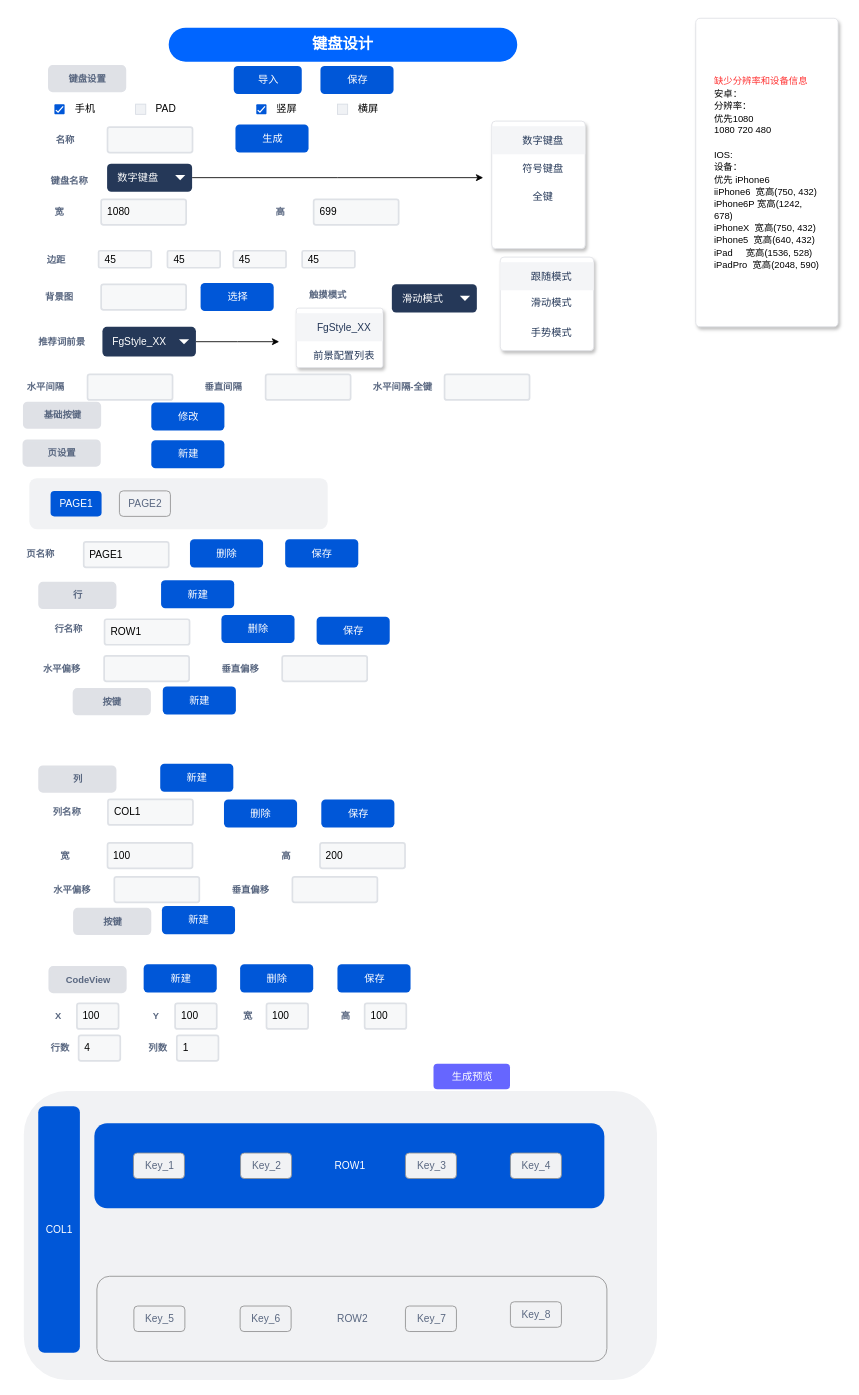
This is layout-editor/键盘设置.drawio from chonglv/charts, a draw.io file, before an edit. Source tidied: cells renumbered, new cells numbered last; positions are measured from the earlier drawing's top-left corner, leaving out a move shared by most shapes. Both pictures are drawn from the tidied source at 85%, with x=0, y=0 at pixel (14, 18).
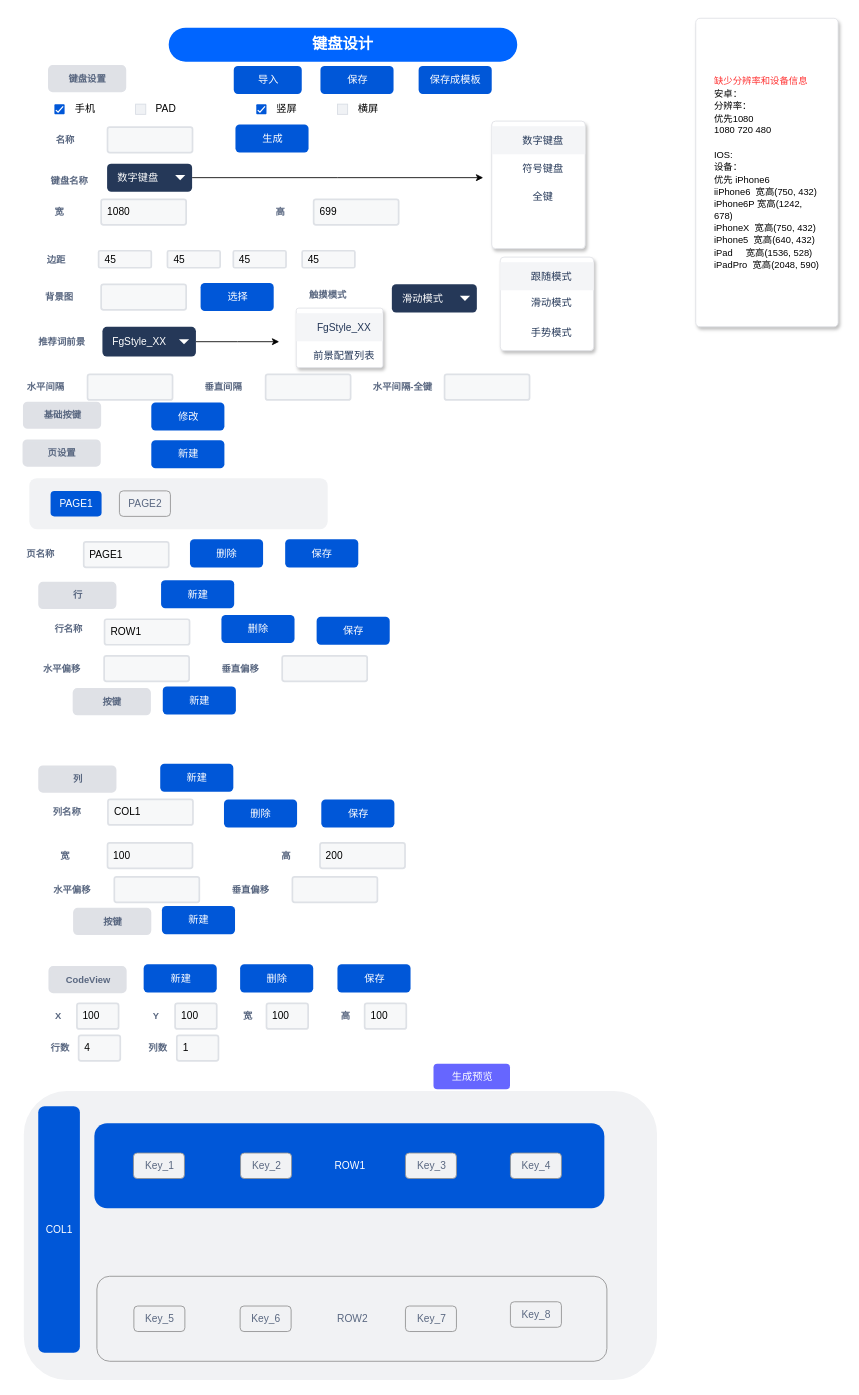
The same diagram, later.

Commit message:
更新键盘设置.drawio

The edit, as a diff of the source:
```diff
@@
+    <mxCell id="122" value="保存成模板" style="rounded=1;fillColor=#0057D8;align=center;strokeColor=none;html=1;fontColor=#ffffff;fontSize=12;" parent="1" vertex="1">
+      <mxGeometry x="476" y="56" width="86" height="33" as="geometry" />
+    </mxCell>
```
